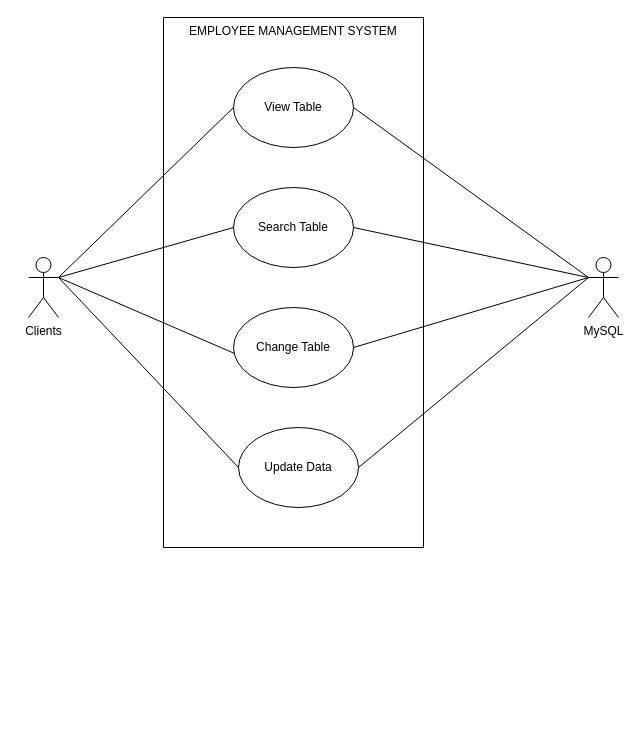
Earlier version of the draw.io diagram Diagram/UseCase.drawio (linnypham/CSC3350_project). Source tidied: cells renumbered, new cells numbered last; positions are measured from the earlier drawing's top-left corner, leaving out a move shared by most shapes. Both pictures are drawn from the tidied source at 100%, with x=0, y=0 at pixel (28, 17).
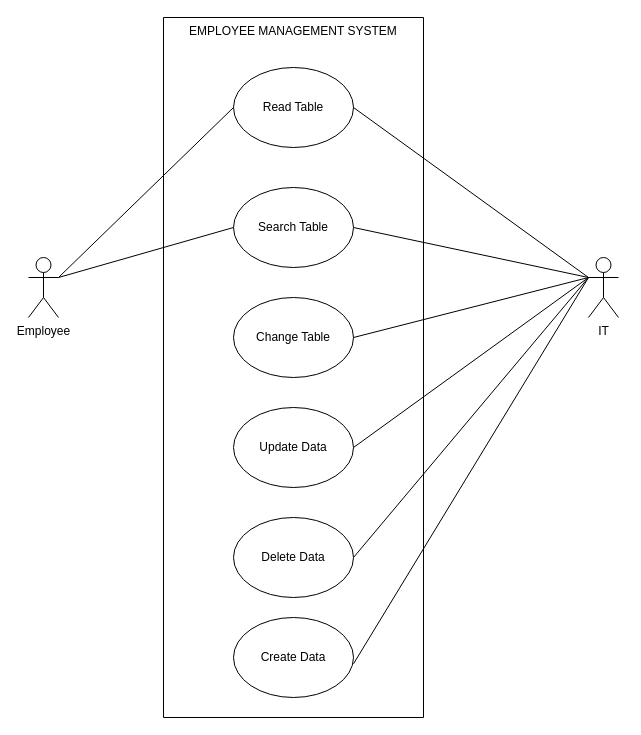
The same diagram, later.

Change to the diagram source:
```diff
@@
-    <mxCell id="2" value="Clients" style="shape=umlActor;verticalLabelPosition=bottom;verticalAlign=top;html=1;outlineConnect=0;" parent="1" vertex="1">
+    <mxCell id="2" value="Employee" style="shape=umlActor;verticalLabelPosition=bottom;verticalAlign=top;html=1;outlineConnect=0;" parent="1" vertex="1">
       <mxGeometry y="240" width="30" height="60" as="geometry" />
     </mxCell>
     <mxCell id="3" style="swimlane;startSize=0;" parent="1" vertex="1">
-      <mxGeometry x="135" width="260" height="530" as="geometry" />
+      <mxGeometry x="135" width="260" height="700" as="geometry" />
     </mxCell>
@@
-    <mxCell id="5" value="View Table" style="ellipse;whiteSpace=wrap;html=1;" parent="3" vertex="1">
+    <mxCell id="5" value="Read Table" style="ellipse;whiteSpace=wrap;html=1;" parent="3" vertex="1">
       <mxGeometry x="70" y="50" width="120" height="80" as="geometry" />
     </mxCell>
@@
     <mxCell id="7" value="Change Table" style="ellipse;whiteSpace=wrap;html=1;" parent="3" vertex="1">
-      <mxGeometry x="70" y="290" width="120" height="80" as="geometry" />
+      <mxGeometry x="70" y="280" width="120" height="80" as="geometry" />
     </mxCell>
     <mxCell id="8" value="Update Data" style="ellipse;whiteSpace=wrap;html=1;" parent="3" vertex="1">
-      <mxGeometry x="75" y="410" width="120" height="80" as="geometry" />
+      <mxGeometry x="70" y="390" width="120" height="80" as="geometry" />
     </mxCell>
+    <mxCell id="18" value="Delete Data" style="ellipse;whiteSpace=wrap;html=1;" parent="3" vertex="1">
+      <mxGeometry x="70" y="500" width="120" height="80" as="geometry" />
+    </mxCell>
@@
-    <mxCell id="11" style="endArrow=none;html=1;rounded=0;entryX=0.003;entryY=0.571;entryDx=0;entryDy=0;exitX=1;exitY=0.3333333333333333;exitDx=0;exitDy=0;exitPerimeter=0;entryPerimeter=0;endFill=0;" parent="1" edge="1" source="2" target="7">
-      <mxGeometry relative="1" as="geometry" />
-    </mxCell>
-    <mxCell id="12" style="endArrow=none;html=1;rounded=0;entryX=0;entryY=0.5;entryDx=0;entryDy=0;endFill=0;" parent="1" edge="1" target="8">
-      <mxGeometry relative="1" as="geometry">
-        <mxPoint x="30" y="260" as="sourcePoint" />
-      </mxGeometry>
-    </mxCell>
-    <mxCell id="13" value="MySQL" style="shape=umlActor;verticalLabelPosition=bottom;verticalAlign=top;html=1;outlineConnect=0;" parent="1" vertex="1">
+    <mxCell id="13" value="IT" style="shape=umlActor;verticalLabelPosition=bottom;verticalAlign=top;html=1;outlineConnect=0;" parent="1" vertex="1">
       <mxGeometry x="560" y="240" width="30" height="60" as="geometry" />
     </mxCell>
@@
+    <mxCell id="19" style="endArrow=none;html=1;rounded=0;endFill=0;exitX=0;exitY=0.3333333333333333;exitDx=0;exitDy=0;exitPerimeter=0;entryX=1;entryY=0.5;entryDx=0;entryDy=0;" parent="1" edge="1" source="13" target="18">
+      <mxGeometry relative="1" as="geometry" />
+    </mxCell>
+    <mxCell id="20" value="Create Data" style="ellipse;whiteSpace=wrap;html=1;" parent="1" vertex="1">
+      <mxGeometry x="205" y="600" width="120" height="80" as="geometry" />
+    </mxCell>
+    <mxCell id="21" style="endArrow=none;html=1;rounded=0;endFill=0;entryX=1;entryY=0.579;entryDx=0;entryDy=0;entryPerimeter=0;" parent="1" edge="1" target="20">
+      <mxGeometry relative="1" as="geometry">
+        <mxPoint x="560" y="260" as="sourcePoint" />
+      </mxGeometry>
+    </mxCell>
```
